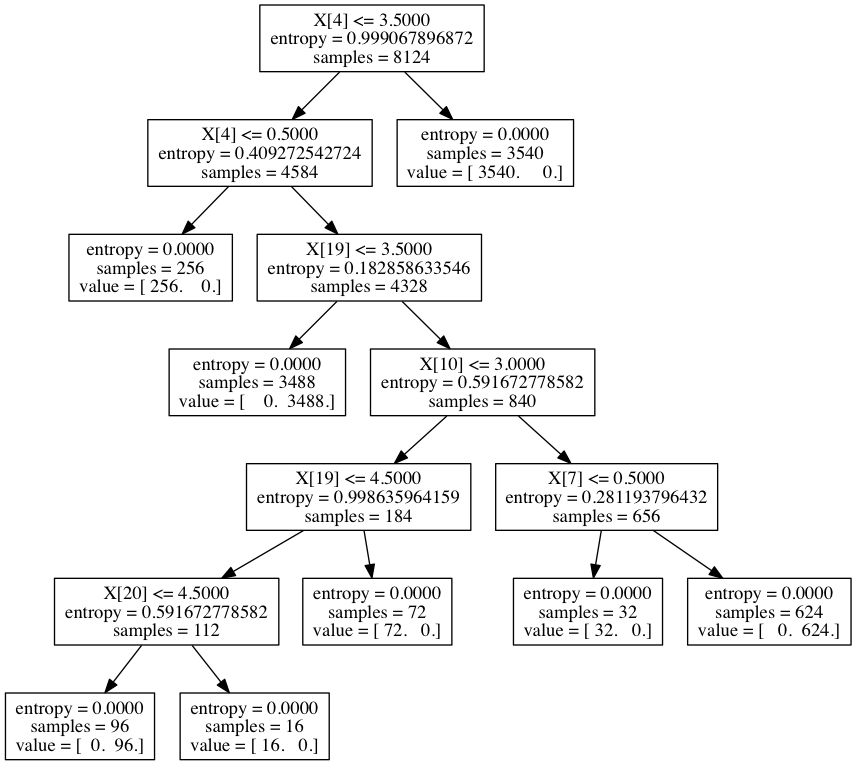
Above: mushroom.png in bluebibi/LINK_ML_BIG_DATA (Graphviz), before the change. Its source is kept beside it as mushroom.dot.
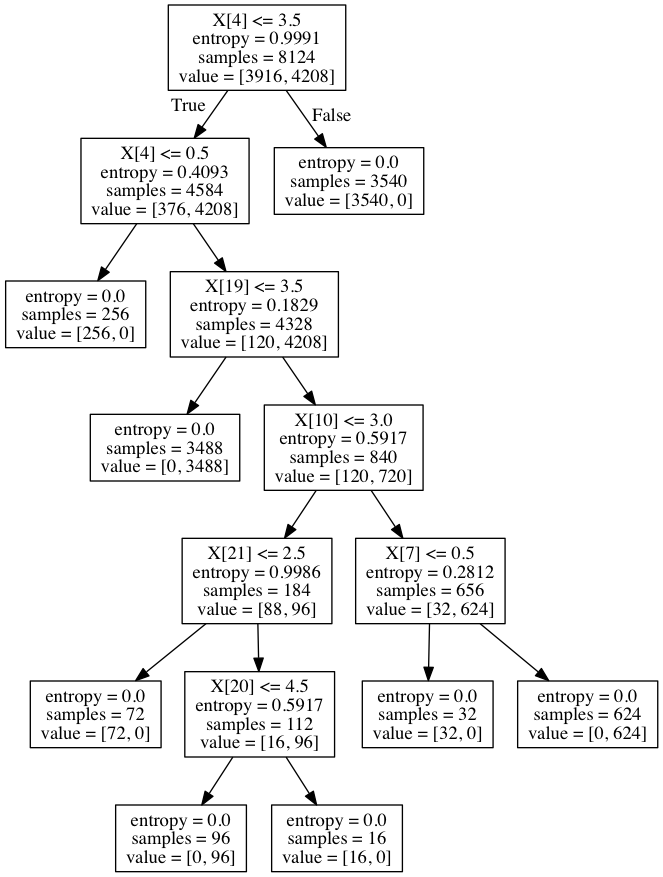
Later version of the same file.

Diff of the diagram source:
```diff
@@ -1,31 +1,32 @@
 digraph Tree {
-0 [label="X[4] <= 3.5000\nentropy = 0.999067896872\nsamples = 8124", shape="box"] ;
-1 [label="X[4] <= 0.5000\nentropy = 0.409272542724\nsamples = 4584", shape="box"] ;
-0 -> 1 ;
-2 [label="entropy = 0.0000\nsamples = 256\nvalue = [ 256.    0.]", shape="box"] ;
+node [shape=box] ;
+0 [label="X[4] <= 3.5\nentropy = 0.9991\nsamples = 8124\nvalue = [3916, 4208]"] ;
+1 [label="X[4] <= 0.5\nentropy = 0.4093\nsamples = 4584\nvalue = [376, 4208]"] ;
+0 -> 1 [labeldistance=2.5, labelangle=45, headlabel="True"] ;
+2 [label="entropy = 0.0\nsamples = 256\nvalue = [256, 0]"] ;
 1 -> 2 ;
-3 [label="X[19] <= 3.5000\nentropy = 0.182858633546\nsamples = 4328", shape="box"] ;
+3 [label="X[19] <= 3.5\nentropy = 0.1829\nsamples = 4328\nvalue = [120, 4208]"] ;
 1 -> 3 ;
-4 [label="entropy = 0.0000\nsamples = 3488\nvalue = [    0.  3488.]", shape="box"] ;
+4 [label="entropy = 0.0\nsamples = 3488\nvalue = [0, 3488]"] ;
 3 -> 4 ;
-5 [label="X[10] <= 3.0000\nentropy = 0.591672778582\nsamples = 840", shape="box"] ;
+5 [label="X[10] <= 3.0\nentropy = 0.5917\nsamples = 840\nvalue = [120, 720]"] ;
 3 -> 5 ;
-6 [label="X[19] <= 4.5000\nentropy = 0.998635964159\nsamples = 184", shape="box"] ;
+6 [label="X[19] <= 4.5\nentropy = 0.9986\nsamples = 184\nvalue = [88, 96]"] ;
 5 -> 6 ;
-7 [label="X[20] <= 4.5000\nentropy = 0.591672778582\nsamples = 112", shape="box"] ;
+7 [label="X[20] <= 4.5\nentropy = 0.5917\nsamples = 112\nvalue = [16, 96]"] ;
 6 -> 7 ;
-8 [label="entropy = 0.0000\nsamples = 96\nvalue = [  0.  96.]", shape="box"] ;
+8 [label="entropy = 0.0\nsamples = 96\nvalue = [0, 96]"] ;
 7 -> 8 ;
-9 [label="entropy = 0.0000\nsamples = 16\nvalue = [ 16.   0.]", shape="box"] ;
+9 [label="entropy = 0.0\nsamples = 16\nvalue = [16, 0]"] ;
 7 -> 9 ;
-10 [label="entropy = 0.0000\nsamples = 72\nvalue = [ 72.   0.]", shape="box"] ;
+10 [label="entropy = 0.0\nsamples = 72\nvalue = [72, 0]"] ;
 6 -> 10 ;
-11 [label="X[7] <= 0.5000\nentropy = 0.281193796432\nsamples = 656", shape="box"] ;
+11 [label="X[7] <= 0.5\nentropy = 0.2812\nsamples = 656\nvalue = [32, 624]"] ;
 5 -> 11 ;
-12 [label="entropy = 0.0000\nsamples = 32\nvalue = [ 32.   0.]", shape="box"] ;
+12 [label="entropy = 0.0\nsamples = 32\nvalue = [32, 0]"] ;
 11 -> 12 ;
-13 [label="entropy = 0.0000\nsamples = 624\nvalue = [   0.  624.]", shape="box"] ;
+13 [label="entropy = 0.0\nsamples = 624\nvalue = [0, 624]"] ;
 11 -> 13 ;
-14 [label="entropy = 0.0000\nsamples = 3540\nvalue = [ 3540.     0.]", shape="box"] ;
-0 -> 14 ;
+14 [label="entropy = 0.0\nsamples = 3540\nvalue = [3540, 0]"] ;
+0 -> 14 [labeldistance=2.5, labelangle=-45, headlabel="False"] ;
 }
```
